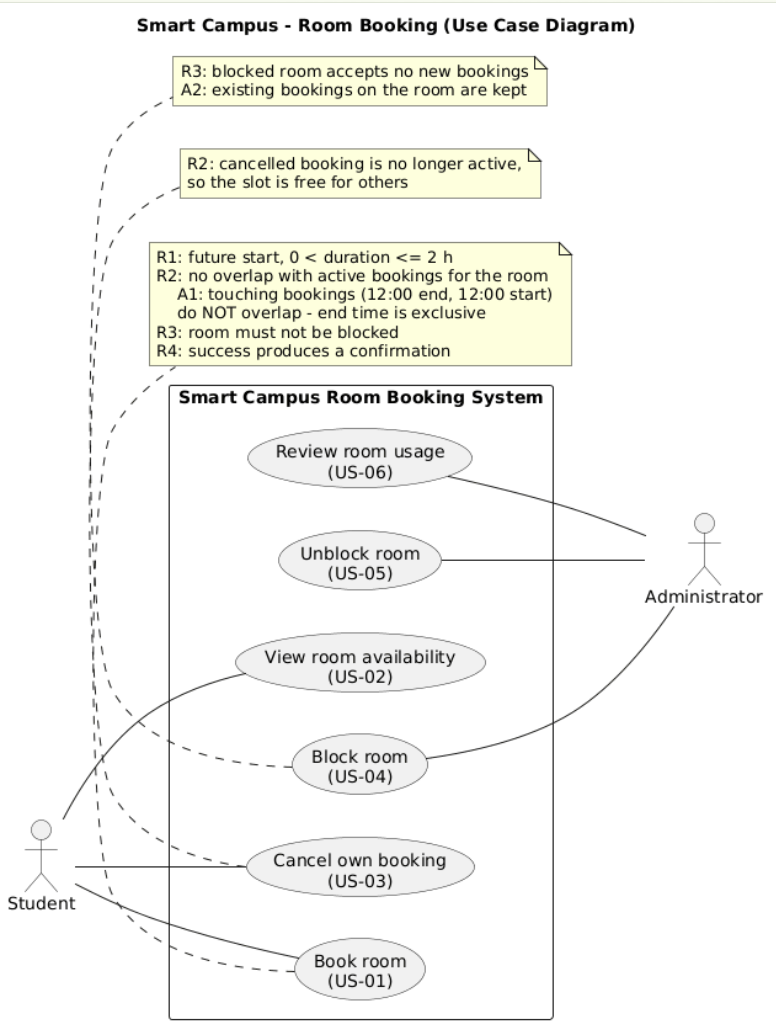
The PlantUML diagram week-04/models/img/use-case.png in Anzaraa/se-practice, before a commit. Its source is kept beside it as week-04/models/use-case.puml. Source of this version:
```plantuml
@startuml use-case-diagram
title Smart Campus - Room Booking (Use Case Diagram)
left to right direction
skinparam packageStyle rectangle

actor Student
actor Administrator

rectangle "Smart Campus Room Booking System" {
  usecase "View room availability\n(US-02)" as UC_View
  usecase "Book room\n(US-01)" as UC_Book
  usecase "Cancel own booking\n(US-03)" as UC_Cancel
  usecase "Block room\n(US-04)" as UC_Block
  usecase "Unblock room\n(US-05)" as UC_Unblock
  usecase "Review room usage\n(US-06)" as UC_Review
}

Student -- UC_View
Student -- UC_Book
Student -- UC_Cancel

UC_Block -- Administrator
UC_Unblock -- Administrator
UC_Review -- Administrator

note bottom of UC_Book
  R1: future start, 0 < duration <= 2 h
  R2: no overlap with active bookings for the room
      A1: touching bookings (12:00 end, 12:00 start)
      do NOT overlap - end time is exclusive
  R3: room must not be blocked
  R4: success produces a confirmation
end note

note bottom of UC_Cancel
  R2: cancelled booking is no longer active,
  so the slot is free for others
end note

note bottom of UC_Block
  R3: blocked room accepts no new bookings
  A2: existing bookings on the room are kept
end note

@enduml
```
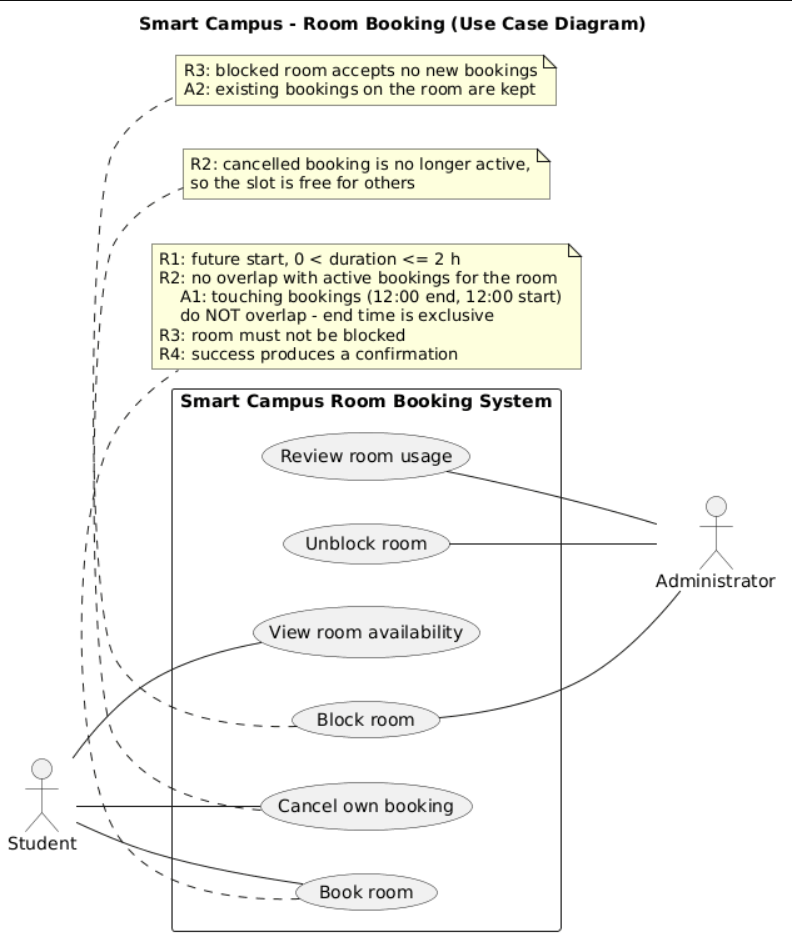
Later version of the same file.

Commit message:
week-04: use-case - clean use case names for traceability

Change to the diagram source:
```diff
@@ -7,12 +7,12 @@
 actor Administrator
 
 rectangle "Smart Campus Room Booking System" {
-  usecase "View room availability\n(US-02)" as UC_View
-  usecase "Book room\n(US-01)" as UC_Book
-  usecase "Cancel own booking\n(US-03)" as UC_Cancel
-  usecase "Block room\n(US-04)" as UC_Block
-  usecase "Unblock room\n(US-05)" as UC_Unblock
-  usecase "Review room usage\n(US-06)" as UC_Review
+    usecase "View room availability" as UC_View
+  usecase "Book room" as UC_Book
+  usecase "Cancel own booking" as UC_Cancel
+  usecase "Block room" as UC_Block
+  usecase "Unblock room" as UC_Unblock
+  usecase "Review room usage" as UC_Review
 }
 
 Student -- UC_View
```
